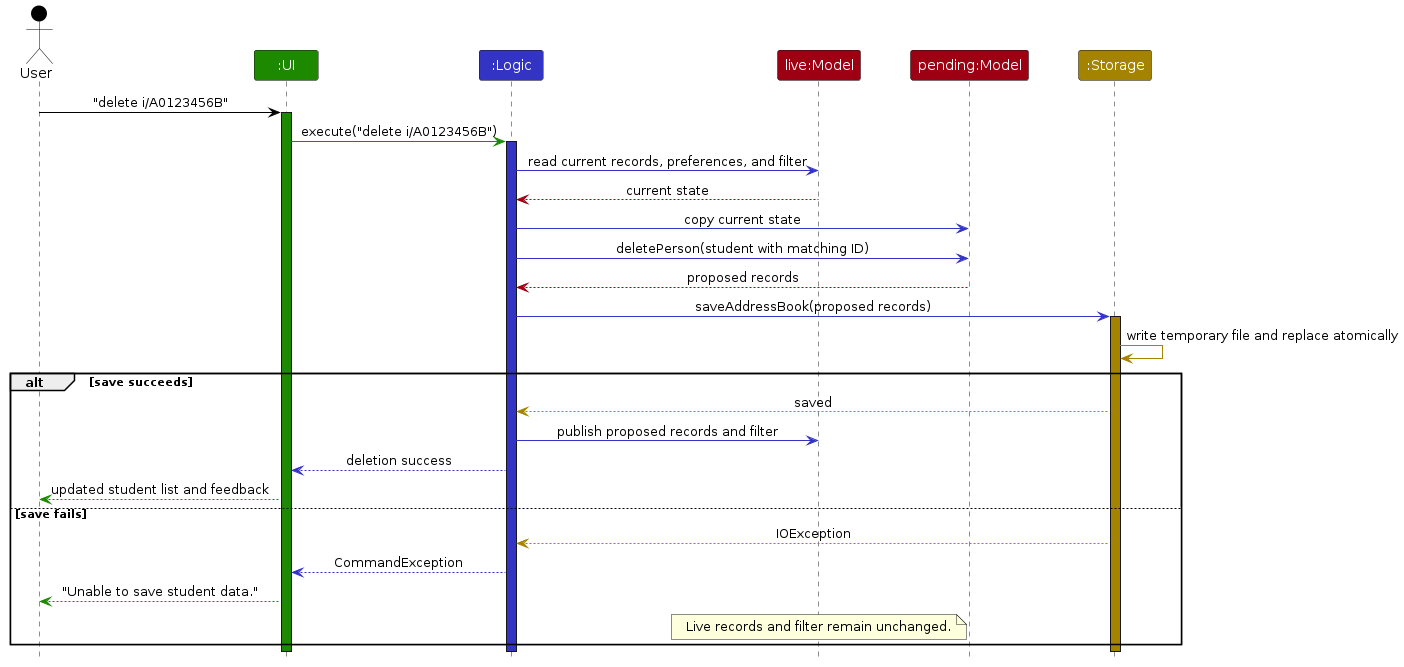
AY2627S1-CS2103T-F12-1/tp keeps this PlantUML diagram as diagrams/ArchitectureSequenceDiagram.png. Above is the earlier version. Its source is kept beside it as diagrams/ArchitectureSequenceDiagram.puml. Its diagram source:
```plantuml
@startuml
!include style.puml
skinparam ArrowFontStyle plain

Actor User as user USER_COLOR
Participant ":UI" as ui UI_COLOR
Participant ":Logic" as logic LOGIC_COLOR
Participant "live:Model" as model MODEL_COLOR
Participant "pending:Model" as pending MODEL_COLOR
Participant ":Storage" as storage STORAGE_COLOR

user -[USER_COLOR]> ui : "delete i/A0123456B"
activate ui UI_COLOR
ui -[UI_COLOR]> logic : execute("delete i/A0123456B")
activate logic LOGIC_COLOR
logic -[LOGIC_COLOR]> model : read current records, preferences, and filter
model --[MODEL_COLOR]> logic : current state
logic -[LOGIC_COLOR]> pending : copy current state
logic -[LOGIC_COLOR]> pending : deletePerson(student with matching ID)
pending --[MODEL_COLOR]> logic : proposed records
logic -[LOGIC_COLOR]> storage : saveAddressBook(proposed records)
activate storage STORAGE_COLOR
storage -[STORAGE_COLOR]> storage : write temporary file and replace atomically
alt save succeeds
storage --[STORAGE_COLOR]> logic : saved
logic -[LOGIC_COLOR]> model : publish proposed records and filter
logic --[LOGIC_COLOR]> ui : deletion success
ui --[UI_COLOR]> user : updated student list and feedback
else save fails
storage --[STORAGE_COLOR]> logic : IOException
logic --[LOGIC_COLOR]> ui : CommandException
ui --[UI_COLOR]> user : "Unable to save student data."
note over model
Live records and filter remain unchanged.
end note
end
deactivate storage
deactivate logic
deactivate ui
@enduml
```
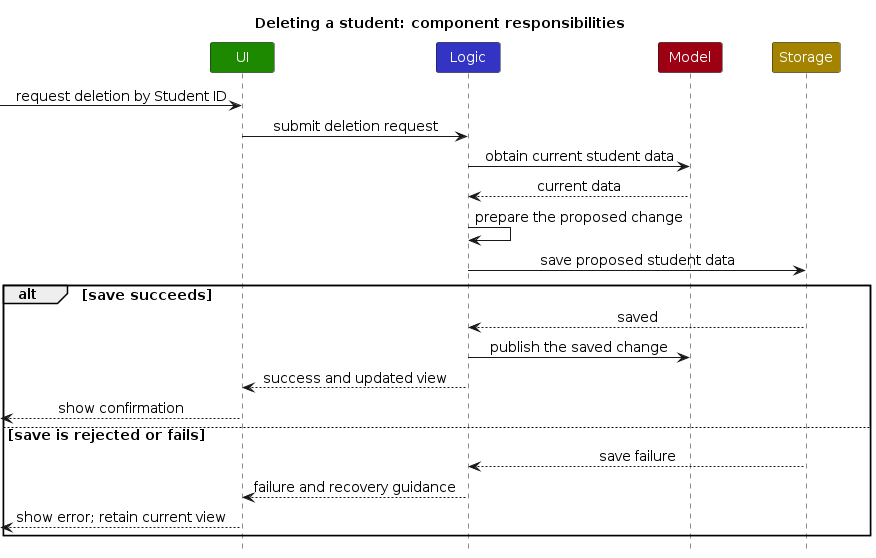
After the commit.

Change to the diagram source:
```diff
@@ -2,39 +2,25 @@
 !include style.puml
 skinparam ArrowFontStyle plain
 
-Actor User as user USER_COLOR
-Participant ":UI" as ui UI_COLOR
-Participant ":Logic" as logic LOGIC_COLOR
-Participant "live:Model" as model MODEL_COLOR
-Participant "pending:Model" as pending MODEL_COLOR
-Participant ":Storage" as storage STORAGE_COLOR
-
-user -[USER_COLOR]> ui : "delete i/A0123456B"
-activate ui UI_COLOR
-ui -[UI_COLOR]> logic : execute("delete i/A0123456B")
-activate logic LOGIC_COLOR
-logic -[LOGIC_COLOR]> model : read current records, preferences, and filter
-model --[MODEL_COLOR]> logic : current state
-logic -[LOGIC_COLOR]> pending : copy current state
-logic -[LOGIC_COLOR]> pending : deletePerson(student with matching ID)
-pending --[MODEL_COLOR]> logic : proposed records
-logic -[LOGIC_COLOR]> storage : saveAddressBook(proposed records)
-activate storage STORAGE_COLOR
-storage -[STORAGE_COLOR]> storage : write temporary file and replace atomically
+title Deleting a student: component responsibilities
+participant "UI" as UI UI_COLOR
+participant "Logic" as Logic LOGIC_COLOR
+participant "Model" as Model MODEL_COLOR
+participant "Storage" as Storage STORAGE_COLOR
+[-> UI : request deletion by Student ID
+UI -> Logic : submit deletion request
+Logic -> Model : obtain current student data
+Model --> Logic : current data
+Logic -> Logic : prepare the proposed change
+Logic -> Storage : save proposed student data
 alt save succeeds
-storage --[STORAGE_COLOR]> logic : saved
-logic -[LOGIC_COLOR]> model : publish proposed records and filter
-logic --[LOGIC_COLOR]> ui : deletion success
-ui --[UI_COLOR]> user : updated student list and feedback
-else save fails
-storage --[STORAGE_COLOR]> logic : IOException
-logic --[LOGIC_COLOR]> ui : CommandException
-ui --[UI_COLOR]> user : "Unable to save student data."
-note over model
-Live records and filter remain unchanged.
-end note
+    Storage --> Logic : saved
+    Logic -> Model : publish the saved change
+    Logic --> UI : success and updated view
+    [<-- UI : show confirmation
+else save is rejected or fails
+    Storage --> Logic : save failure
+    Logic --> UI : failure and recovery guidance
+    [<-- UI : show error; retain current view
 end
-deactivate storage
-deactivate logic
-deactivate ui
 @enduml
```
